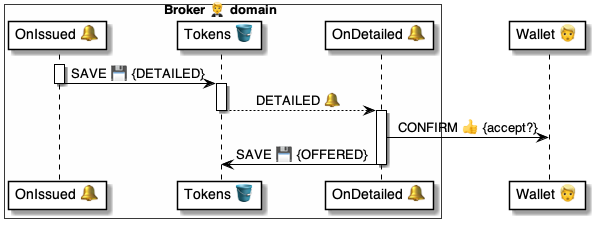
Above: 4 ⚙️ Solution/20 🧑‍🦰 UI/Brokers 🤵/🤵🪣 Broker tables/Tokens 🎫 table/🪣🔔 2 Detailed/🤵 OnTokenDetailed ⚙️ uml.png in pollyweb-org/pollyweb-docs (PlantUML), before the change. Its source is kept beside it as 4 ⚙️ Solution/20 🧑‍🦰 UI/Brokers 🤵/🤵🪣 Broker tables/Tokens 🎫 table/🪣🔔 2 Detailed/🤵 OnTokenDetailed ⚙️ uml.puml.
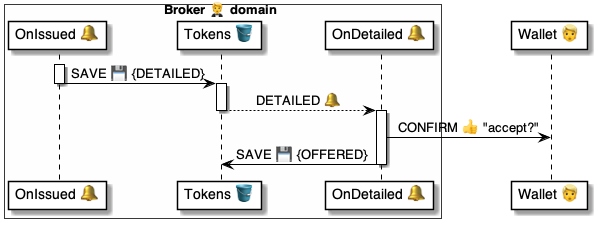
The same file after the commit.

What changed in the source:
```diff
@@ -18,7 +18,7 @@
 deactivate table
 
 activate handler
-    handler -> wallet: CONFIRM 👍 {accept?}
+    handler -> wallet: CONFIRM 👍 "accept?"
     handler -> table: SAVE 💾 {OFFERED}
 deactivate handler
 
```
